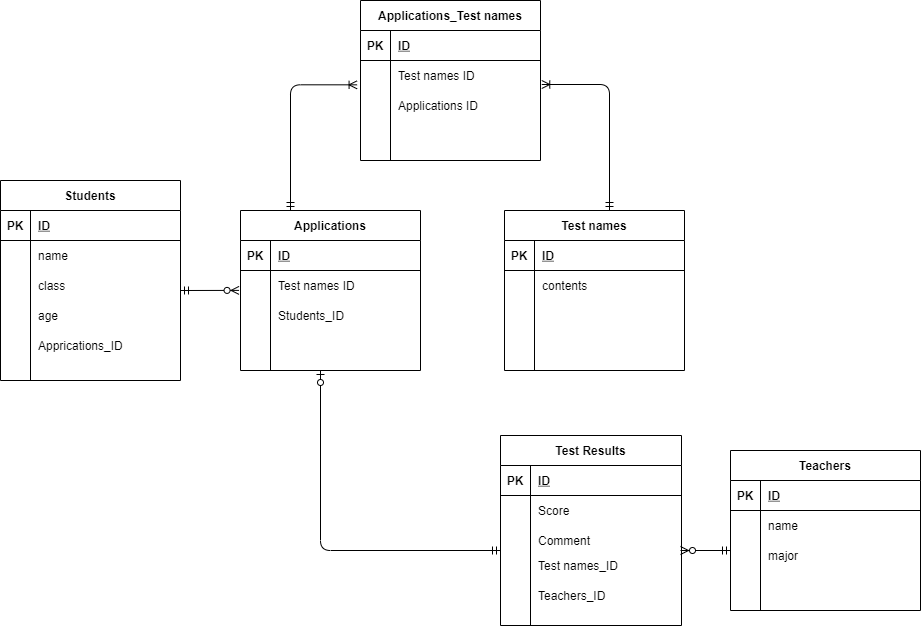
The draw.io diagram .drawio.png in mioirie/20220103omi, before a commit. Source tidied: cells renumbered, new cells last; positions are measured from the earlier drawing's top-left corner, leaving out a move shared by most shapes.
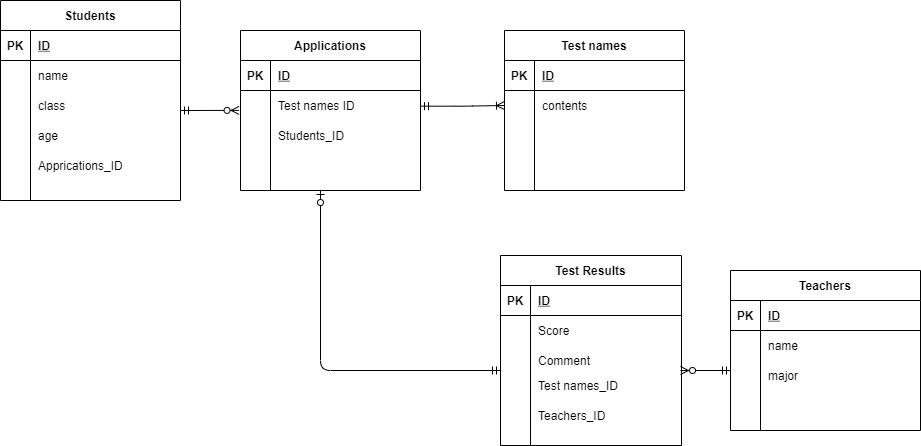
The same diagram one commit later.

Commit message:
Remove join table and fix relation

Change to the diagram source:
```diff
@@ -223,57 +223,10 @@
         </Array>
       </mxGeometry>
     </mxCell>
-    <mxCell id="72" value="Applications_Test names" style="shape=table;startSize=30;rowLines=0;fontStyle=1;align=center;" parent="1" vertex="1">
-      <mxGeometry x="360" width="180" height="160" as="geometry" />
-    </mxCell>
-    <mxCell id="73" style="shape=partialRectangle;fillColor=none;top=0;left=0;bottom=1;right=0;" parent="72" vertex="1">
-      <mxGeometry y="30" width="180" height="30" as="geometry" />
-    </mxCell>
-    <mxCell id="74" value="PK" style="shape=partialRectangle;fillColor=none;top=0;left=0;bottom=0;right=0;fontStyle=1;overflow=hidden;" parent="73" vertex="1">
-      <mxGeometry width="30" height="30" as="geometry" />
-    </mxCell>
-    <mxCell id="75" value="ID" style="shape=partialRectangle;fillColor=none;top=0;left=0;bottom=0;right=0;align=left;spacingLeft=6;fontStyle=5;overflow=hidden;" parent="73" vertex="1">
-      <mxGeometry x="30" width="150" height="30" as="geometry" />
-    </mxCell>
-    <mxCell id="76" style="shape=partialRectangle;fillColor=none;top=0;left=0;bottom=0;right=0;points=[[0,0.5],[1,0.5]];portConstraint=eastwest;" parent="72" vertex="1">
-      <mxGeometry y="60" width="180" height="30" as="geometry" />
-    </mxCell>
-    <mxCell id="77" style="shape=partialRectangle;fillColor=none;top=0;left=0;bottom=0;right=0;overflow=hidden;" parent="76" vertex="1">
-      <mxGeometry width="30" height="30" as="geometry" />
-    </mxCell>
-    <mxCell id="78" value="Test names ID" style="shape=partialRectangle;fillColor=none;top=0;left=0;bottom=0;right=0;align=left;spacingLeft=6;overflow=hidden;" parent="76" vertex="1">
-      <mxGeometry x="30" width="150" height="30" as="geometry" />
-    </mxCell>
-    <mxCell id="79" style="shape=partialRectangle;fillColor=none;top=0;left=0;bottom=0;right=0;" parent="72" vertex="1">
-      <mxGeometry y="90" width="180" height="30" as="geometry" />
-    </mxCell>
-    <mxCell id="80" style="shape=partialRectangle;fillColor=none;top=0;left=0;bottom=0;right=0;overflow=hidden;" parent="79" vertex="1">
-      <mxGeometry width="30" height="30" as="geometry" />
-    </mxCell>
-    <mxCell id="81" value="Applications ID" style="shape=partialRectangle;fillColor=none;top=0;left=0;bottom=0;right=0;align=left;spacingLeft=6;overflow=hidden;" parent="79" vertex="1">
-      <mxGeometry x="30" width="150" height="30" as="geometry" />
-    </mxCell>
-    <mxCell id="82" style="shape=partialRectangle;fillColor=none;top=0;left=0;bottom=0;right=0;" parent="72" vertex="1">
-      <mxGeometry y="120" width="180" height="30" as="geometry" />
-    </mxCell>
-    <mxCell id="83" style="shape=partialRectangle;fillColor=none;top=0;left=0;bottom=0;right=0;overflow=hidden;" parent="82" vertex="1">
-      <mxGeometry width="30" height="30" as="geometry" />
-    </mxCell>
-    <mxCell id="84" style="shape=partialRectangle;fillColor=none;top=0;left=0;bottom=0;right=0;align=left;spacingLeft=6;overflow=hidden;" parent="82" vertex="1">
-      <mxGeometry x="30" width="150" height="30" as="geometry" />
-    </mxCell>
-    <mxCell id="85" style="edgeStyle=orthogonalEdgeStyle;fontSize=12;html=1;endArrow=ERoneToMany;startArrow=ERmandOne;entryX=-0.019;entryY=0.811;entryDx=0;entryDy=0;entryPerimeter=0;" parent="1" edge="1" target="76">
+    <mxCell id="85" style="edgeStyle=orthogonalEdgeStyle;fontSize=12;html=1;endArrow=ERoneToMany;startArrow=ERmandOne;entryX=0;entryY=0.5;entryDx=0;entryDy=0;" parent="1" edge="1" target="32">
       <mxGeometry relative="1" as="geometry">
-        <mxPoint x="290" y="210" as="sourcePoint" />
+        <mxPoint x="420" y="285.7" as="sourcePoint" />
       </mxGeometry>
     </mxCell>
-    <mxCell id="86" style="edgeStyle=orthogonalEdgeStyle;fontSize=12;html=1;endArrow=ERoneToMany;startArrow=ERmandOne;entryX=1.007;entryY=0.8;entryDx=0;entryDy=0;entryPerimeter=0;" parent="1" edge="1" target="76">
-      <mxGeometry relative="1" as="geometry">
-        <mxPoint x="609" y="210" as="sourcePoint" />
-        <Array as="points">
-          <mxPoint x="609" y="84" />
-        </Array>
-      </mxGeometry>
-    </mxCell>
   </root>
 </mxGraphModel>
```
